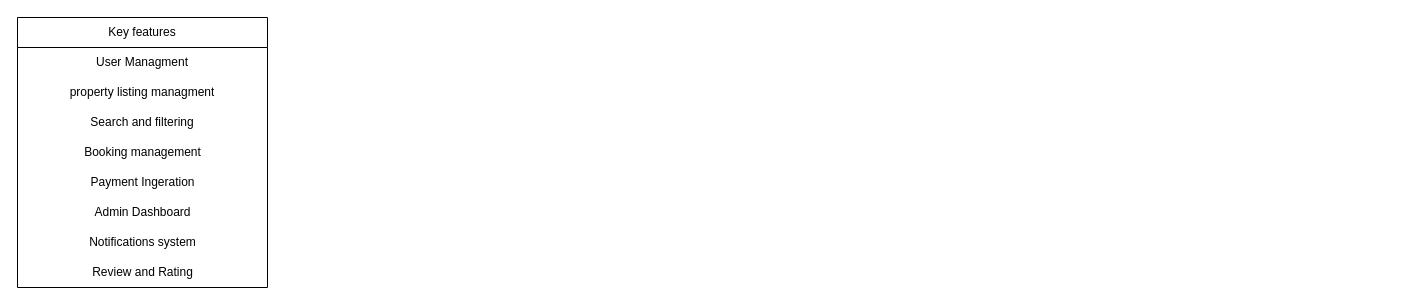
The draw.io diagram airBnB.drawio in Dinamow/alx-airbnb-project-documentation, before the edit. Source tidied: cells renumbered, new cells numbered last; positions are measured from the earlier drawing's top-left corner, leaving out a move shared by most shapes. Both pictures are drawn from the tidied source at 100%, with x=0, y=0 at pixel (17, 17).
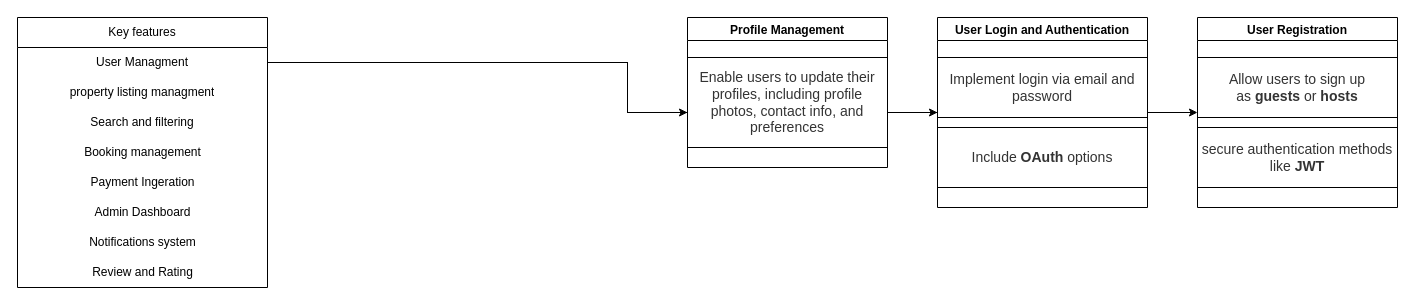
Above is the later version.

Commit message:
User Managment req

The change refers to these unchanged cells:
```xml
<mxCell id="3" value="User Managment" style="text;strokeColor=none;fillColor=none;align=center;verticalAlign=middle;spacingLeft=4;spacingRight=4;overflow=hidden;points=[[0,0.5],[1,0.5]];portConstraint=eastwest;whiteSpace=wrap;html=1;" parent="2" vertex="1">
  <mxGeometry y="30" width="250" height="30" as="geometry" />
</mxCell>
```

Change to the diagram source:
```diff
@@
+    <mxCell id="11" value="User Registration" style="swimlane;" parent="1" vertex="1">
+      <mxGeometry x="1180" width="200" height="190" as="geometry" />
+    </mxCell>
+    <mxCell id="12" value="&lt;span style=&quot;color: rgb(51, 51, 51); font-family: aktiv-grotesk, sans-serif; font-size: 14px; text-align: left; background-color: rgb(255, 255, 255);&quot;&gt;Allow users to sign up as&amp;nbsp;&lt;/span&gt;&lt;strong style=&quot;box-sizing: border-box; color: rgb(51, 51, 51); font-family: aktiv-grotesk, sans-serif; font-size: 14px; text-align: left; background-color: rgb(255, 255, 255);&quot;&gt;guests&lt;/strong&gt;&lt;span style=&quot;color: rgb(51, 51, 51); font-family: aktiv-grotesk, sans-serif; font-size: 14px; text-align: left; background-color: rgb(255, 255, 255);&quot;&gt;&amp;nbsp;or&amp;nbsp;&lt;/span&gt;&lt;strong style=&quot;box-sizing: border-box; color: rgb(51, 51, 51); font-family: aktiv-grotesk, sans-serif; font-size: 14px; text-align: left; background-color: rgb(255, 255, 255);&quot;&gt;hosts&lt;/strong&gt;" style="whiteSpace=wrap;html=1;align=center;newEdgeStyle={&quot;edgeStyle&quot;:&quot;elbowEdgeStyle&quot;,&quot;startArrow&quot;:&quot;none&quot;,&quot;endArrow&quot;:&quot;none&quot;};" parent="11" vertex="1">
+      <mxGeometry y="40" width="200" height="60" as="geometry" />
+    </mxCell>
+    <mxCell id="13" value="&lt;span style=&quot;color: rgb(51, 51, 51); font-family: aktiv-grotesk, sans-serif; font-size: 14px; text-align: left; background-color: rgb(255, 255, 255);&quot;&gt;secure authentication methods like&amp;nbsp;&lt;/span&gt;&lt;strong style=&quot;box-sizing: border-box; color: rgb(51, 51, 51); font-family: aktiv-grotesk, sans-serif; font-size: 14px; text-align: left; background-color: rgb(255, 255, 255);&quot;&gt;JWT&lt;/strong&gt;" style="whiteSpace=wrap;html=1;align=center;newEdgeStyle={&quot;edgeStyle&quot;:&quot;elbowEdgeStyle&quot;,&quot;startArrow&quot;:&quot;none&quot;,&quot;endArrow&quot;:&quot;none&quot;};" parent="11" vertex="1">
+      <mxGeometry y="110" width="200" height="60" as="geometry" />
+    </mxCell>
+    <mxCell id="14" style="edgeStyle=orthogonalEdgeStyle;rounded=0;jettySize=auto;html=1;entryX=0;entryY=0.5;entryDx=0;entryDy=0;" parent="1" edge="1" source="3" target="11">
+      <mxGeometry relative="1" as="geometry">
+        <Array as="points">
+          <mxPoint x="610" y="45" />
+          <mxPoint x="610" y="95" />
+        </Array>
+      </mxGeometry>
+    </mxCell>
+    <mxCell id="15" value="User Login and Authentication" style="swimlane;" parent="1" vertex="1">
+      <mxGeometry x="920" width="210" height="190" as="geometry" />
+    </mxCell>
+    <mxCell id="16" value="&lt;span style=&quot;color: rgb(51, 51, 51); font-family: aktiv-grotesk, sans-serif; font-size: 14px; text-align: left; background-color: rgb(255, 255, 255);&quot;&gt;Implement login via email and password&lt;/span&gt;" style="whiteSpace=wrap;html=1;align=center;newEdgeStyle={&quot;edgeStyle&quot;:&quot;elbowEdgeStyle&quot;,&quot;startArrow&quot;:&quot;none&quot;,&quot;endArrow&quot;:&quot;none&quot;};" parent="15" vertex="1">
+      <mxGeometry y="40" width="210" height="60" as="geometry" />
+    </mxCell>
+    <mxCell id="17" value="&lt;span style=&quot;color: rgb(51, 51, 51); font-family: aktiv-grotesk, sans-serif; font-size: 14px; text-align: left; background-color: rgb(255, 255, 255);&quot;&gt;Include&amp;nbsp;&lt;/span&gt;&lt;strong style=&quot;box-sizing: border-box; color: rgb(51, 51, 51); font-family: aktiv-grotesk, sans-serif; font-size: 14px; text-align: left; background-color: rgb(255, 255, 255);&quot;&gt;OAuth&lt;/strong&gt;&lt;span style=&quot;color: rgb(51, 51, 51); font-family: aktiv-grotesk, sans-serif; font-size: 14px; text-align: left; background-color: rgb(255, 255, 255);&quot;&gt;&amp;nbsp;options&lt;/span&gt;" style="whiteSpace=wrap;html=1;align=center;newEdgeStyle={&quot;edgeStyle&quot;:&quot;elbowEdgeStyle&quot;,&quot;startArrow&quot;:&quot;none&quot;,&quot;endArrow&quot;:&quot;none&quot;};" parent="15" vertex="1">
+      <mxGeometry y="110" width="210" height="60" as="geometry" />
+    </mxCell>
+    <mxCell id="18" style="edgeStyle=orthogonalEdgeStyle;rounded=0;jettySize=auto;html=1;entryX=0;entryY=0.5;entryDx=0;entryDy=0;" parent="1" edge="1" source="3" target="15">
+      <mxGeometry relative="1" as="geometry">
+        <Array as="points">
+          <mxPoint x="610" y="45" />
+          <mxPoint x="610" y="95" />
+        </Array>
+      </mxGeometry>
+    </mxCell>
+    <mxCell id="19" value="Profile Management" style="swimlane;" parent="1" vertex="1">
+      <mxGeometry x="670" width="200" height="150" as="geometry" />
+    </mxCell>
+    <mxCell id="20" value="&lt;span style=&quot;color: rgb(51, 51, 51); font-family: aktiv-grotesk, sans-serif; font-size: 14px; text-align: left; background-color: rgb(255, 255, 255);&quot;&gt;Enable users to update their profiles, including profile photos, contact info, and preferences&lt;/span&gt;" style="whiteSpace=wrap;html=1;align=center;newEdgeStyle={&quot;edgeStyle&quot;:&quot;elbowEdgeStyle&quot;,&quot;startArrow&quot;:&quot;none&quot;,&quot;endArrow&quot;:&quot;none&quot;};" parent="19" vertex="1">
+      <mxGeometry y="40" width="200" height="90" as="geometry" />
+    </mxCell>
+    <mxCell id="21" style="edgeStyle=orthogonalEdgeStyle;rounded=0;jettySize=auto;html=1;entryX=0;entryY=0.611;entryDx=0;entryDy=0;entryPerimeter=0;" parent="1" edge="1" source="3" target="20">
+      <mxGeometry relative="1" as="geometry">
+        <Array as="points">
+          <mxPoint x="610" y="45" />
+          <mxPoint x="610" y="95" />
+        </Array>
+      </mxGeometry>
+    </mxCell>
```
